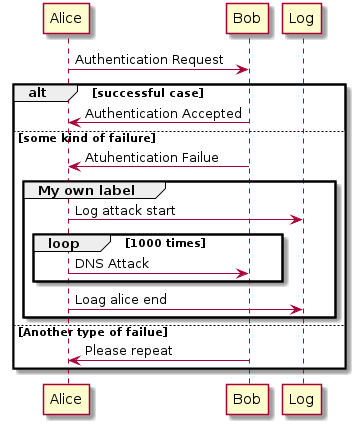
This is assets/images/plantuml-quickstart-s14.png from qingyunzs/qingyunzs.github.io, a PlantUML export, as it was before one commit. Its diagram source:
```plantuml
@startuml
Alice -> Bob: Authentication Request

alt successful case
Bob -> Alice: Authentication Accepted
else some kind of failure
Bob -> Alice: Atuhentication Failue
group My own label
Alice -> Log : Log attack start
loop 1000 times
Alice -> Bob: DNS Attack
end
Alice -> Log : Loag alice end
end
else Another type of failue
Bob -> Alice: Please repeat
end
@enduml
```
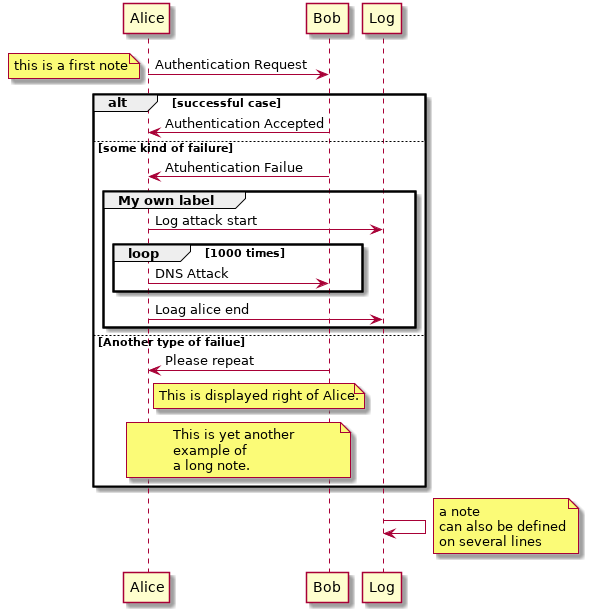
Above is the later version.

Change to the diagram source:
```diff
@@ -1,6 +1,6 @@
 @startuml
 Alice -> Bob: Authentication Request
-
+note left: this is a first note
 alt successful case
 Bob -> Alice: Authentication Accepted
 else some kind of failure
@@ -14,5 +14,18 @@
 end
 else Another type of failue
 Bob -> Alice: Please repeat
+note right of Alice: This is displayed right of Alice.
+note over Bob, Alice
+This is yet another
+example of
+a long note.
+end note
 end
+
+Log -> Log
+note right
+a note
+can also be defined
+on several lines
+end note
 @enduml
```
